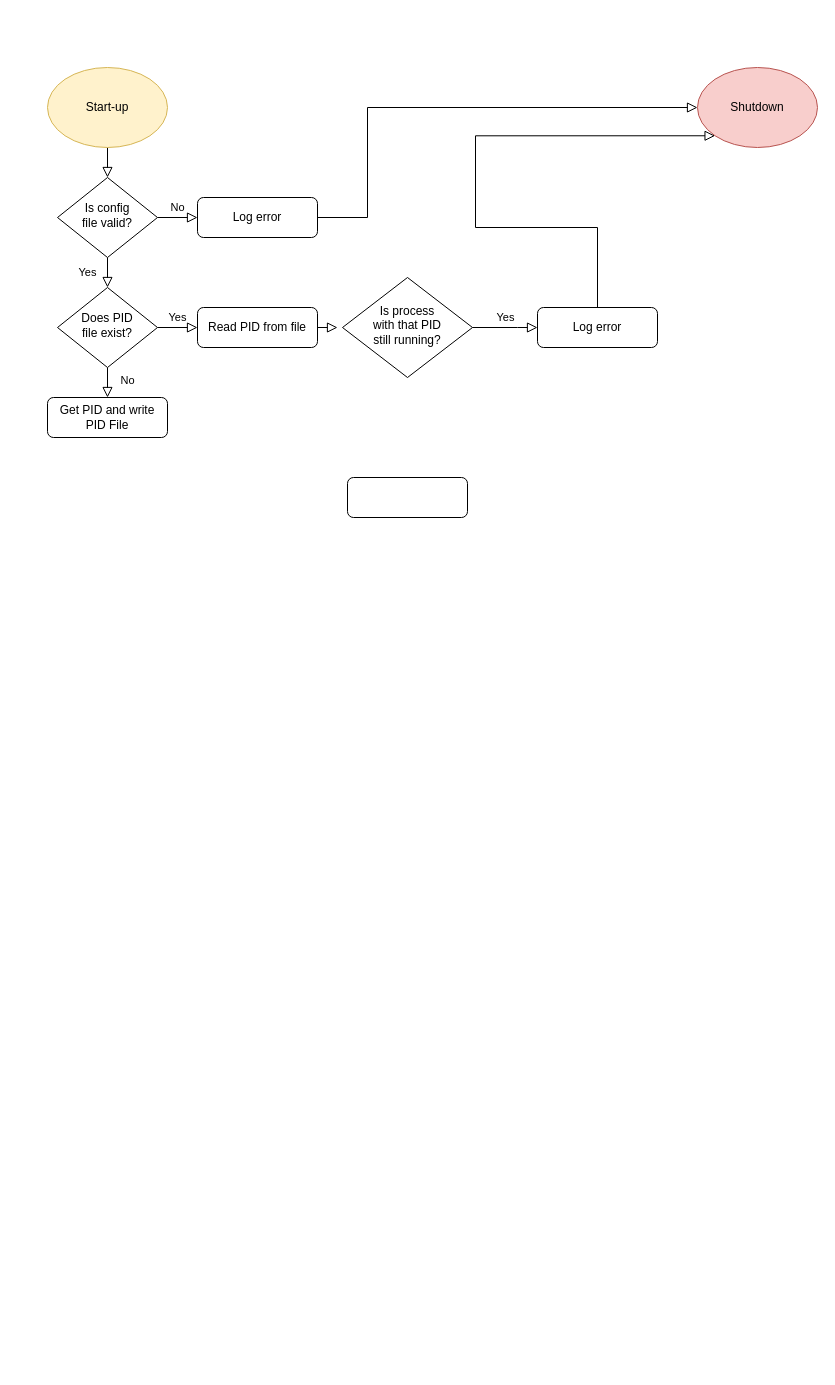
Earlier version of the draw.io diagram backupmanager/resources/drawio/backupmanager-process-flow.drawio (rchapin/backup_manager). Source tidied: cells renumbered, new cells numbered last; positions are measured from the earlier drawing's top-left corner, leaving out a move shared by most shapes. Both pictures are drawn from the tidied source at 100%, with x=0, y=0 at pixel (47, 67).
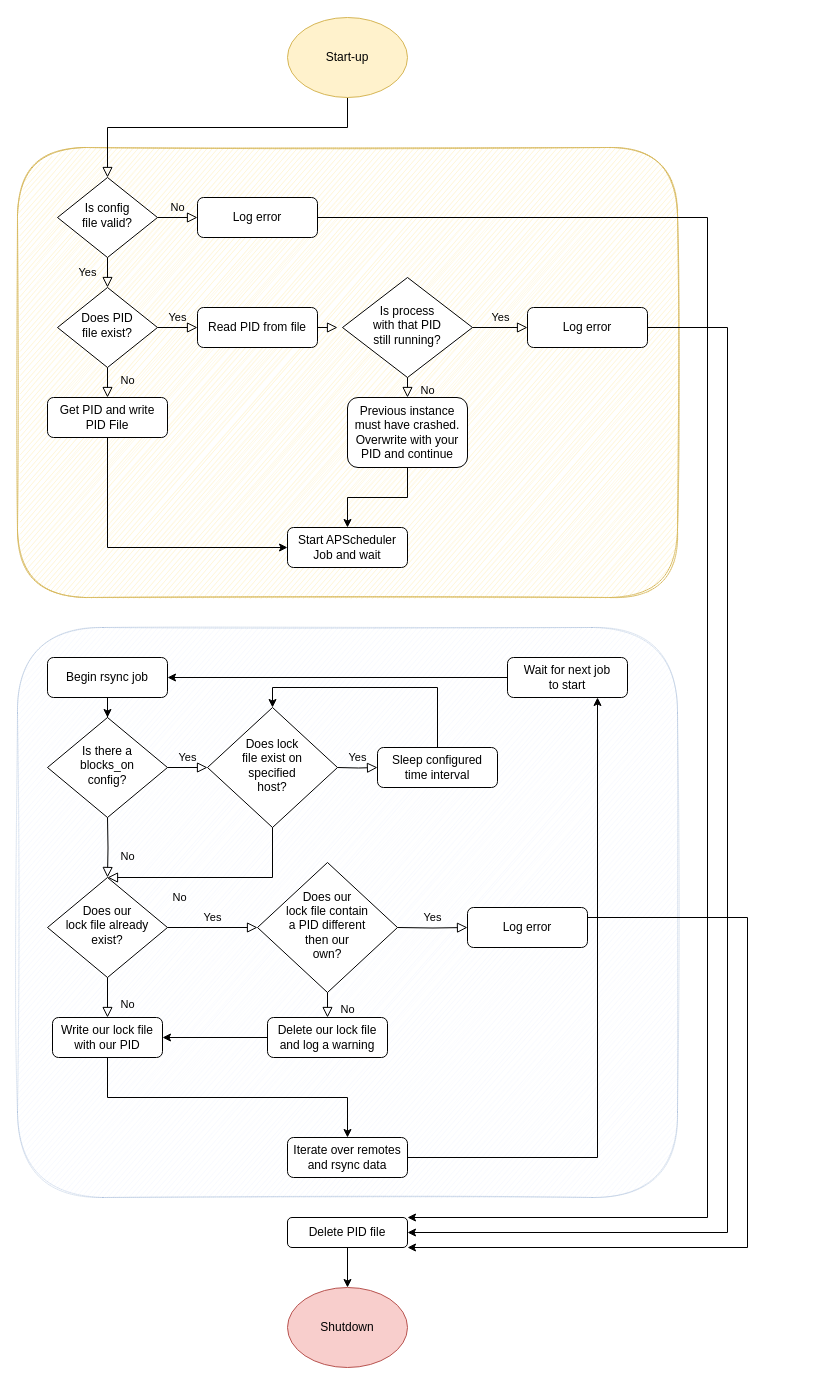
After the change.

The change refers to these unchanged cells:
```xml
<mxCell id="6" value="Is config&lt;br&gt;file valid?" style="rhombus;whiteSpace=wrap;html=1;shadow=0;fontFamily=Helvetica;fontSize=12;align=center;strokeWidth=1;spacing=6;spacingTop=-4;" parent="1" vertex="1">
  <mxGeometry x="10" y="110" width="100" height="80" as="geometry" />
</mxCell>
<mxCell id="7" value="Log error&lt;br&gt;" style="rounded=1;whiteSpace=wrap;html=1;fontSize=12;glass=0;strokeWidth=1;shadow=0;" parent="1" vertex="1">
  <mxGeometry x="150" y="130" width="120" height="40" as="geometry" />
</mxCell>
<mxCell id="11" value="Get PID and write&lt;br&gt;PID File" style="rounded=1;whiteSpace=wrap;html=1;fontSize=12;glass=0;strokeWidth=1;shadow=0;" parent="1" vertex="1">
  <mxGeometry y="330" width="120" height="40" as="geometry" />
</mxCell>
<mxCell id="16" value="Is process&lt;br&gt;with that PID&lt;br&gt;still running?" style="rhombus;whiteSpace=wrap;html=1;shadow=0;fontFamily=Helvetica;fontSize=12;align=center;strokeWidth=1;spacing=6;spacingTop=-4;" parent="1" vertex="1">
  <mxGeometry x="295" y="210" width="130" height="100" as="geometry" />
</mxCell>
```

Change to the diagram source:
```diff
@@
+    <mxCell id="21" style="rounded=1;whiteSpace=wrap;html=1;sketch=1;fillStyle=hachure;fillColor=#fff2cc;dashed=1;dashPattern=1 1;strokeColor=#d6b656;" parent="1" vertex="1">
+      <mxGeometry x="-30" y="80" width="660" height="450" as="geometry" />
+    </mxCell>
     <mxCell id="2" style="rounded=0;html=1;jettySize=auto;fontSize=11;endArrow=block;endFill=0;endSize=8;strokeWidth=1;shadow=0;labelBackgroundColor=none;edgeStyle=orthogonalEdgeStyle;exitX=0.5;exitY=1;exitDx=0;exitDy=0;" parent="1" edge="1" source="13" target="6">
-      <mxGeometry relative="1" as="geometry" />
+      <mxGeometry relative="1" as="geometry">
+        <Array as="points">
+          <mxPoint x="300" y="60" />
+          <mxPoint x="60" y="60" />
+        </Array>
+      </mxGeometry>
     </mxCell>
-    <mxCell id="3" style="rounded=1;whiteSpace=wrap;html=1;fontSize=12;glass=0;strokeWidth=1;shadow=0;" parent="1" vertex="1">
-      <mxGeometry x="300" y="410" width="120" height="40" as="geometry" />
+    <mxCell id="3" value="Start APScheduler Job and wait" style="rounded=1;whiteSpace=wrap;html=1;fontSize=12;glass=0;strokeWidth=1;shadow=0;" parent="1" vertex="1">
+      <mxGeometry x="240" y="460" width="120" height="40" as="geometry" />
     </mxCell>
@@
+    <mxCell id="22" style="edgeStyle=orthogonalEdgeStyle;rounded=0;jettySize=auto;html=1;exitX=1;exitY=0.5;exitDx=0;exitDy=0;entryX=1;entryY=0;entryDx=0;entryDy=0;" parent="1" edge="1" source="7" target="54">
+      <mxGeometry relative="1" as="geometry">
+        <Array as="points">
+          <mxPoint x="660" y="150" />
+          <mxPoint x="660" y="1150" />
+        </Array>
+      </mxGeometry>
+    </mxCell>
@@
+    <mxCell id="23" style="edgeStyle=orthogonalEdgeStyle;rounded=0;jettySize=auto;html=1;exitX=0.5;exitY=1;exitDx=0;exitDy=0;entryX=0;entryY=0.5;entryDx=0;entryDy=0;" parent="1" edge="1" source="11" target="3">
+      <mxGeometry relative="1" as="geometry" />
+    </mxCell>
@@
     <mxCell id="13" value="Start-up" style="ellipse;whiteSpace=wrap;html=1;fillColor=#fff2cc;strokeColor=#d6b656;" parent="1" vertex="1">
-      <mxGeometry width="120" height="80" as="geometry" />
+      <mxGeometry x="240" y="-50" width="120" height="80" as="geometry" />
     </mxCell>
     <mxCell id="14" value="Shutdown" style="ellipse;whiteSpace=wrap;html=1;fillColor=#f8cecc;strokeColor=#b85450;" parent="1" vertex="1">
-      <mxGeometry x="650" width="120" height="80" as="geometry" />
+      <mxGeometry x="240" y="1220" width="120" height="80" as="geometry" />
     </mxCell>
-    <mxCell id="15" style="edgeStyle=orthogonalEdgeStyle;rounded=0;html=1;jettySize=auto;fontSize=11;endArrow=block;endFill=0;endSize=8;strokeWidth=1;shadow=0;labelBackgroundColor=none;entryX=0;entryY=0.5;entryDx=0;entryDy=0;exitX=1;exitY=0.5;exitDx=0;exitDy=0;" parent="1" edge="1" source="7" target="14">
-      <mxGeometry y="10" relative="1" as="geometry">
-        <Array as="points">
-          <mxPoint x="320" y="150" />
-          <mxPoint x="320" y="40" />
-        </Array>
-      </mxGeometry>
-    </mxCell>
@@
+    <mxCell id="24" style="edgeStyle=orthogonalEdgeStyle;rounded=0;jettySize=auto;html=1;exitX=1;exitY=0.5;exitDx=0;exitDy=0;entryX=1;entryY=0.5;entryDx=0;entryDy=0;" parent="1" edge="1" source="18" target="54">
+      <mxGeometry relative="1" as="geometry">
+        <Array as="points">
+          <mxPoint x="680" y="260" />
+          <mxPoint x="680" y="1165" />
+        </Array>
+      </mxGeometry>
+    </mxCell>
     <mxCell id="18" value="Log error&lt;br&gt;" style="rounded=1;whiteSpace=wrap;html=1;fontSize=12;glass=0;strokeWidth=1;shadow=0;" parent="1" vertex="1">
-      <mxGeometry x="490" y="240" width="120" height="40" as="geometry" />
+      <mxGeometry x="480" y="240" width="120" height="40" as="geometry" />
     </mxCell>
-    <mxCell id="19" style="edgeStyle=orthogonalEdgeStyle;rounded=0;html=1;jettySize=auto;fontSize=11;endArrow=block;endFill=0;endSize=8;strokeWidth=1;shadow=0;labelBackgroundColor=none;entryX=0;entryY=1;entryDx=0;entryDy=0;" parent="1" edge="1" source="18" target="14">
-      <mxGeometry y="10" relative="1" as="geometry">
-        <Array as="points">
-          <mxPoint x="550" y="160" />
-          <mxPoint x="428" y="160" />
-        </Array>
-      </mxGeometry>
-    </mxCell>
@@
+    <mxCell id="25" value="No" style="rounded=0;html=1;jettySize=auto;fontSize=11;endArrow=block;endFill=0;endSize=8;strokeWidth=1;shadow=0;labelBackgroundColor=none;edgeStyle=orthogonalEdgeStyle;exitX=0.5;exitY=1;exitDx=0;exitDy=0;entryX=0.5;entryY=0;entryDx=0;entryDy=0;" parent="1" edge="1" source="16" target="27">
+      <mxGeometry x="0.33" y="20" relative="1" as="geometry" />
+    </mxCell>
+    <mxCell id="26" style="edgeStyle=orthogonalEdgeStyle;rounded=0;jettySize=auto;html=1;exitX=0.5;exitY=1;exitDx=0;exitDy=0;" parent="1" edge="1" source="27" target="3">
+      <mxGeometry relative="1" as="geometry" />
+    </mxCell>
+    <mxCell id="27" value="Previous instance must have crashed. Overwrite with your PID and continue" style="rounded=1;whiteSpace=wrap;html=1;fontSize=12;glass=0;strokeWidth=1;shadow=0;" parent="1" vertex="1">
+      <mxGeometry x="300" y="330" width="120" height="70" as="geometry" />
+    </mxCell>
+    <mxCell id="28" style="rounded=1;whiteSpace=wrap;html=1;sketch=1;fillStyle=hachure;fillColor=#dae8fc;opacity=25;dashed=1;dashPattern=1 1;strokeColor=#6c8ebf;" parent="1" vertex="1">
+      <mxGeometry x="-30" y="560" width="660" height="570" as="geometry" />
+    </mxCell>
+    <mxCell id="29" style="edgeStyle=orthogonalEdgeStyle;rounded=0;jettySize=auto;html=1;exitX=0.5;exitY=1;exitDx=0;exitDy=0;" parent="1" edge="1" source="30" target="31">
+      <mxGeometry relative="1" as="geometry" />
+    </mxCell>
+    <mxCell id="30" value="Begin rsync job" style="rounded=1;whiteSpace=wrap;html=1;fontSize=12;glass=0;strokeWidth=1;shadow=0;" parent="1" vertex="1">
+      <mxGeometry y="590" width="120" height="40" as="geometry" />
+    </mxCell>
+    <mxCell id="31" value="Is there a&lt;br&gt;blocks_on&lt;br&gt;config?" style="rhombus;whiteSpace=wrap;html=1;shadow=0;fontFamily=Helvetica;fontSize=12;align=center;strokeWidth=1;spacing=6;spacingTop=-4;" parent="1" vertex="1">
+      <mxGeometry y="650" width="120" height="100" as="geometry" />
+    </mxCell>
+    <mxCell id="32" value="Yes" style="edgeStyle=orthogonalEdgeStyle;rounded=0;html=1;jettySize=auto;fontSize=11;endArrow=block;endFill=0;endSize=8;strokeWidth=1;shadow=0;labelBackgroundColor=none;exitX=1;exitY=0.5;exitDx=0;exitDy=0;entryX=0;entryY=0.5;entryDx=0;entryDy=0;" parent="1" edge="1" source="31" target="35">
+      <mxGeometry y="10" relative="1" as="geometry" />
+    </mxCell>
+    <mxCell id="33" style="edgeStyle=orthogonalEdgeStyle;rounded=0;jettySize=auto;html=1;exitX=0.5;exitY=0;exitDx=0;exitDy=0;entryX=0.5;entryY=0;entryDx=0;entryDy=0;" parent="1" edge="1" source="34" target="35">
+      <mxGeometry relative="1" as="geometry">
+        <Array as="points">
+          <mxPoint x="390" y="620" />
+          <mxPoint x="225" y="620" />
+        </Array>
+      </mxGeometry>
+    </mxCell>
+    <mxCell id="34" value="Sleep configured&lt;br&gt;time interval" style="rounded=1;whiteSpace=wrap;html=1;fontSize=12;glass=0;strokeWidth=1;shadow=0;" parent="1" vertex="1">
+      <mxGeometry x="330" y="680" width="120" height="40" as="geometry" />
+    </mxCell>
+    <mxCell id="35" value="Does lock&lt;br&gt;file exist on&lt;br&gt;specified&lt;br&gt;host?" style="rhombus;whiteSpace=wrap;html=1;shadow=0;fontFamily=Helvetica;fontSize=12;align=center;strokeWidth=1;spacing=6;spacingTop=-4;" parent="1" vertex="1">
+      <mxGeometry x="160" y="640" width="130" height="120" as="geometry" />
+    </mxCell>
+    <mxCell id="36" value="Yes" style="edgeStyle=orthogonalEdgeStyle;rounded=0;html=1;jettySize=auto;fontSize=11;endArrow=block;endFill=0;endSize=8;strokeWidth=1;shadow=0;labelBackgroundColor=none;entryX=0;entryY=0.5;entryDx=0;entryDy=0;" parent="1" edge="1" target="34">
+      <mxGeometry y="10" relative="1" as="geometry">
+        <mxPoint x="290" y="700" as="sourcePoint" />
+      </mxGeometry>
+    </mxCell>
+    <mxCell id="37" style="edgeStyle=orthogonalEdgeStyle;rounded=0;jettySize=auto;html=1;exitX=0;exitY=0.5;exitDx=0;exitDy=0;entryX=1;entryY=0.5;entryDx=0;entryDy=0;" parent="1" edge="1" source="38" target="49">
+      <mxGeometry relative="1" as="geometry" />
+    </mxCell>
+    <mxCell id="38" value="Delete our lock file and log a warning" style="rounded=1;whiteSpace=wrap;html=1;fontSize=12;glass=0;strokeWidth=1;shadow=0;" parent="1" vertex="1">
+      <mxGeometry x="220" y="950" width="120" height="40" as="geometry" />
+    </mxCell>
+    <mxCell id="39" value="Does our&lt;br&gt;lock file already&lt;br&gt;exist?" style="rhombus;whiteSpace=wrap;html=1;shadow=0;fontFamily=Helvetica;fontSize=12;align=center;strokeWidth=1;spacing=6;spacingTop=-4;" parent="1" vertex="1">
+      <mxGeometry y="810" width="120" height="100" as="geometry" />
+    </mxCell>
+    <mxCell id="40" value="No" style="rounded=0;html=1;jettySize=auto;fontSize=11;endArrow=block;endFill=0;endSize=8;strokeWidth=1;shadow=0;labelBackgroundColor=none;edgeStyle=orthogonalEdgeStyle;" parent="1" edge="1" target="39">
+      <mxGeometry x="0.33" y="20" relative="1" as="geometry">
+        <mxPoint x="60" y="750" as="sourcePoint" />
+      </mxGeometry>
+    </mxCell>
+    <mxCell id="41" value="No" style="rounded=0;html=1;jettySize=auto;fontSize=11;endArrow=block;endFill=0;endSize=8;strokeWidth=1;shadow=0;labelBackgroundColor=none;edgeStyle=orthogonalEdgeStyle;exitX=0.5;exitY=1;exitDx=0;exitDy=0;entryX=0.5;entryY=0;entryDx=0;entryDy=0;" parent="1" edge="1" source="35" target="39">
+      <mxGeometry x="0.33" y="20" relative="1" as="geometry">
+        <Array as="points">
+          <mxPoint x="225" y="810" />
+        </Array>
+      </mxGeometry>
+    </mxCell>
+    <mxCell id="42" value="Yes" style="edgeStyle=orthogonalEdgeStyle;rounded=0;html=1;jettySize=auto;fontSize=11;endArrow=block;endFill=0;endSize=8;strokeWidth=1;shadow=0;labelBackgroundColor=none;exitX=1;exitY=0.5;exitDx=0;exitDy=0;entryX=0;entryY=0.5;entryDx=0;entryDy=0;" parent="1" edge="1" source="39" target="43">
+      <mxGeometry y="10" relative="1" as="geometry" />
+    </mxCell>
+    <mxCell id="43" value="Does our&lt;br&gt;lock file contain&lt;br&gt;a PID different&lt;br&gt;then our&lt;br&gt;own?" style="rhombus;whiteSpace=wrap;html=1;shadow=0;fontFamily=Helvetica;fontSize=12;align=center;strokeWidth=1;spacing=6;spacingTop=-4;" parent="1" vertex="1">
+      <mxGeometry x="210" y="795" width="140" height="130" as="geometry" />
+    </mxCell>
+    <mxCell id="44" value="Yes" style="edgeStyle=orthogonalEdgeStyle;rounded=0;html=1;jettySize=auto;fontSize=11;endArrow=block;endFill=0;endSize=8;strokeWidth=1;shadow=0;labelBackgroundColor=none;" parent="1" edge="1" target="46">
+      <mxGeometry y="10" relative="1" as="geometry">
+        <mxPoint x="350" y="860" as="sourcePoint" />
+      </mxGeometry>
+    </mxCell>
+    <mxCell id="45" style="edgeStyle=orthogonalEdgeStyle;rounded=0;jettySize=auto;html=1;exitX=1;exitY=0.25;exitDx=0;exitDy=0;entryX=1;entryY=1;entryDx=0;entryDy=0;" parent="1" edge="1" source="46" target="54">
+      <mxGeometry relative="1" as="geometry">
+        <Array as="points">
+          <mxPoint x="700" y="850" />
+          <mxPoint x="700" y="1180" />
+        </Array>
+      </mxGeometry>
+    </mxCell>
+    <mxCell id="46" value="Log error&lt;br&gt;" style="rounded=1;whiteSpace=wrap;html=1;fontSize=12;glass=0;strokeWidth=1;shadow=0;" parent="1" vertex="1">
+      <mxGeometry x="420" y="840" width="120" height="40" as="geometry" />
+    </mxCell>
+    <mxCell id="47" value="No" style="rounded=0;html=1;jettySize=auto;fontSize=11;endArrow=block;endFill=0;endSize=8;strokeWidth=1;shadow=0;labelBackgroundColor=none;edgeStyle=orthogonalEdgeStyle;exitX=0.5;exitY=1;exitDx=0;exitDy=0;entryX=0.5;entryY=0;entryDx=0;entryDy=0;" parent="1" edge="1" source="43" target="38">
+      <mxGeometry x="0.33" y="20" relative="1" as="geometry" />
+    </mxCell>
+    <mxCell id="48" style="edgeStyle=orthogonalEdgeStyle;rounded=0;jettySize=auto;html=1;exitX=0.5;exitY=1;exitDx=0;exitDy=0;entryX=0.5;entryY=0;entryDx=0;entryDy=0;" parent="1" edge="1" source="49" target="52">
+      <mxGeometry relative="1" as="geometry" />
+    </mxCell>
+    <mxCell id="49" value="Write our lock file with our PID" style="rounded=1;whiteSpace=wrap;html=1;fontSize=12;glass=0;strokeWidth=1;shadow=0;" parent="1" vertex="1">
+      <mxGeometry x="5" y="950" width="110" height="40" as="geometry" />
+    </mxCell>
+    <mxCell id="50" value="No" style="rounded=0;html=1;jettySize=auto;fontSize=11;endArrow=block;endFill=0;endSize=8;strokeWidth=1;shadow=0;labelBackgroundColor=none;edgeStyle=orthogonalEdgeStyle;exitX=0.5;exitY=1;exitDx=0;exitDy=0;" parent="1" edge="1" source="39" target="49">
+      <mxGeometry x="0.33" y="20" relative="1" as="geometry" />
+    </mxCell>
+    <mxCell id="51" style="edgeStyle=orthogonalEdgeStyle;rounded=0;jettySize=auto;html=1;exitX=1;exitY=0.5;exitDx=0;exitDy=0;entryX=0.75;entryY=1;entryDx=0;entryDy=0;" parent="1" edge="1" source="52" target="56">
+      <mxGeometry relative="1" as="geometry" />
+    </mxCell>
+    <mxCell id="52" value="Iterate over remotes&lt;br&gt;and rsync data" style="rounded=1;whiteSpace=wrap;html=1;fontSize=12;glass=0;strokeWidth=1;shadow=0;" parent="1" vertex="1">
+      <mxGeometry x="240" y="1070" width="120" height="40" as="geometry" />
+    </mxCell>
+    <mxCell id="53" style="edgeStyle=orthogonalEdgeStyle;rounded=0;jettySize=auto;html=1;exitX=0.5;exitY=1;exitDx=0;exitDy=0;entryX=0.5;entryY=0;entryDx=0;entryDy=0;" parent="1" edge="1" source="54" target="14">
+      <mxGeometry relative="1" as="geometry" />
+    </mxCell>
+    <mxCell id="54" value="Delete PID file" style="rounded=1;whiteSpace=wrap;html=1;" parent="1" vertex="1">
+      <mxGeometry x="240" y="1150" width="120" height="30" as="geometry" />
+    </mxCell>
+    <mxCell id="55" style="edgeStyle=orthogonalEdgeStyle;rounded=0;jettySize=auto;html=1;exitX=0;exitY=0.5;exitDx=0;exitDy=0;entryX=1;entryY=0.5;entryDx=0;entryDy=0;" parent="1" edge="1" source="56" target="30">
+      <mxGeometry relative="1" as="geometry" />
+    </mxCell>
+    <mxCell id="56" value="Wait for next job&lt;br&gt;to start" style="rounded=1;whiteSpace=wrap;html=1;fontSize=12;glass=0;strokeWidth=1;shadow=0;" parent="1" vertex="1">
+      <mxGeometry x="460" y="590" width="120" height="40" as="geometry" />
+    </mxCell>
```
